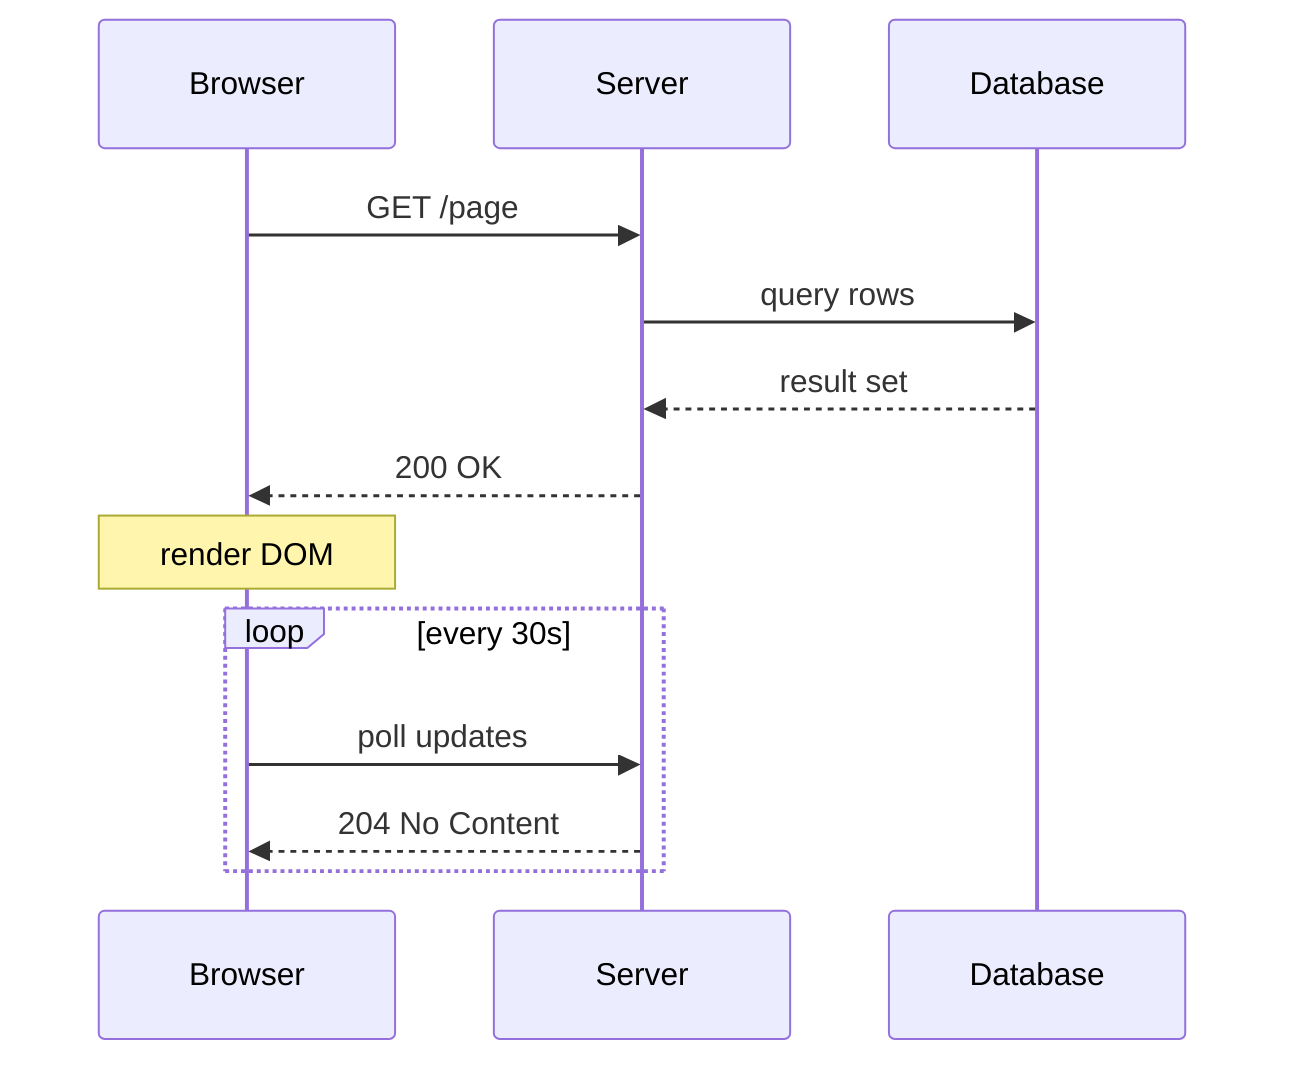
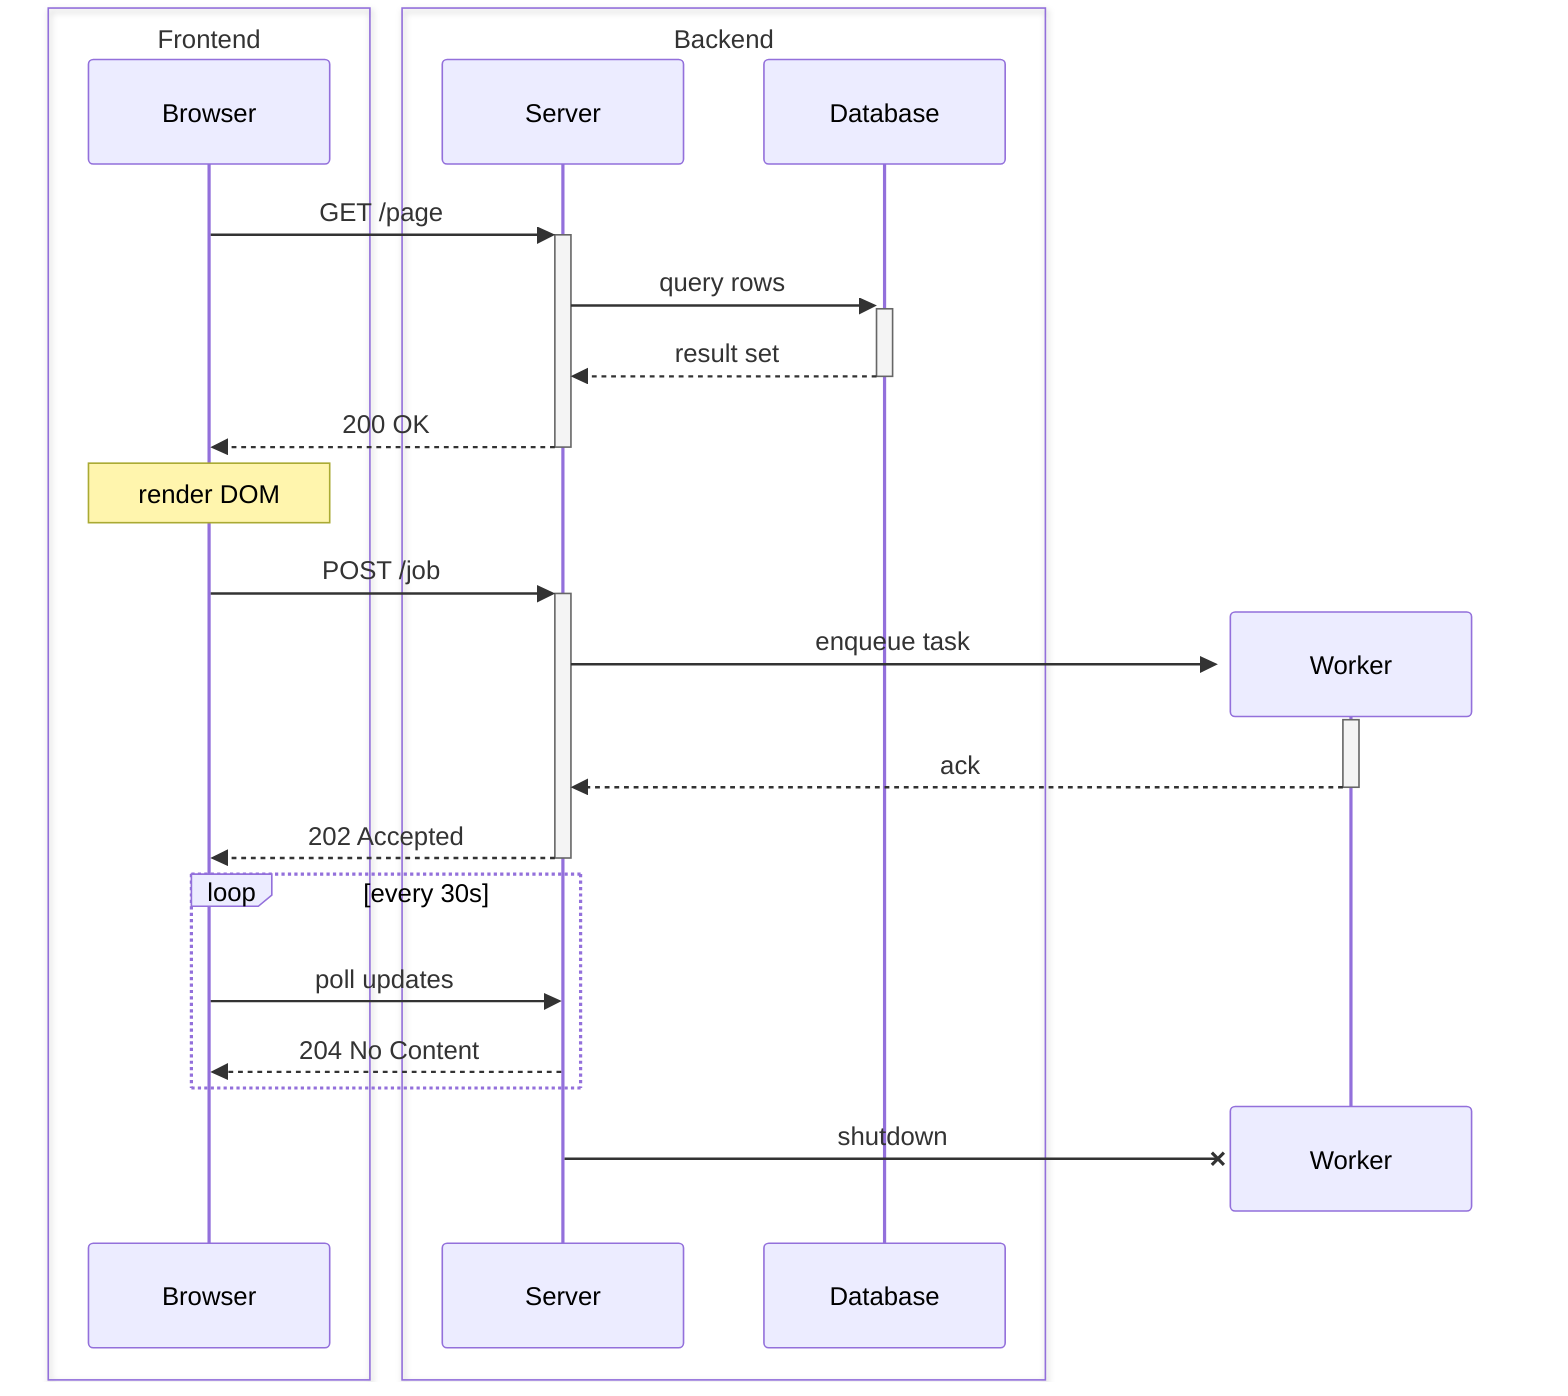
sequenceDiagram
-     participant B as Browser
-     participant S as Server
-     participant D as Database
-     B->>S: GET /page
-     S->>D: query rows
-     D-->>S: result set
-     S-->>B: 200 OK
+     box Frontend
+         participant B as Browser
+     end
+     box Backend
+         participant S as Server
+         participant D as Database
+     end
+     B->>+S: GET /page
+     S->>+D: query rows
+     D-->>-S: result set
+     S-->>-B: 200 OK
    Note over B: render DOM
+     B->>+S: POST /job
+     create participant W as Worker
+     S->>+W: enqueue task
+     W-->>-S: ack
+     S-->>-B: 202 Accepted
    loop every 30s
        B->>S: poll updates
        S-->>B: 204 No Content
    end
+     destroy W
+     S-xW: shutdown
